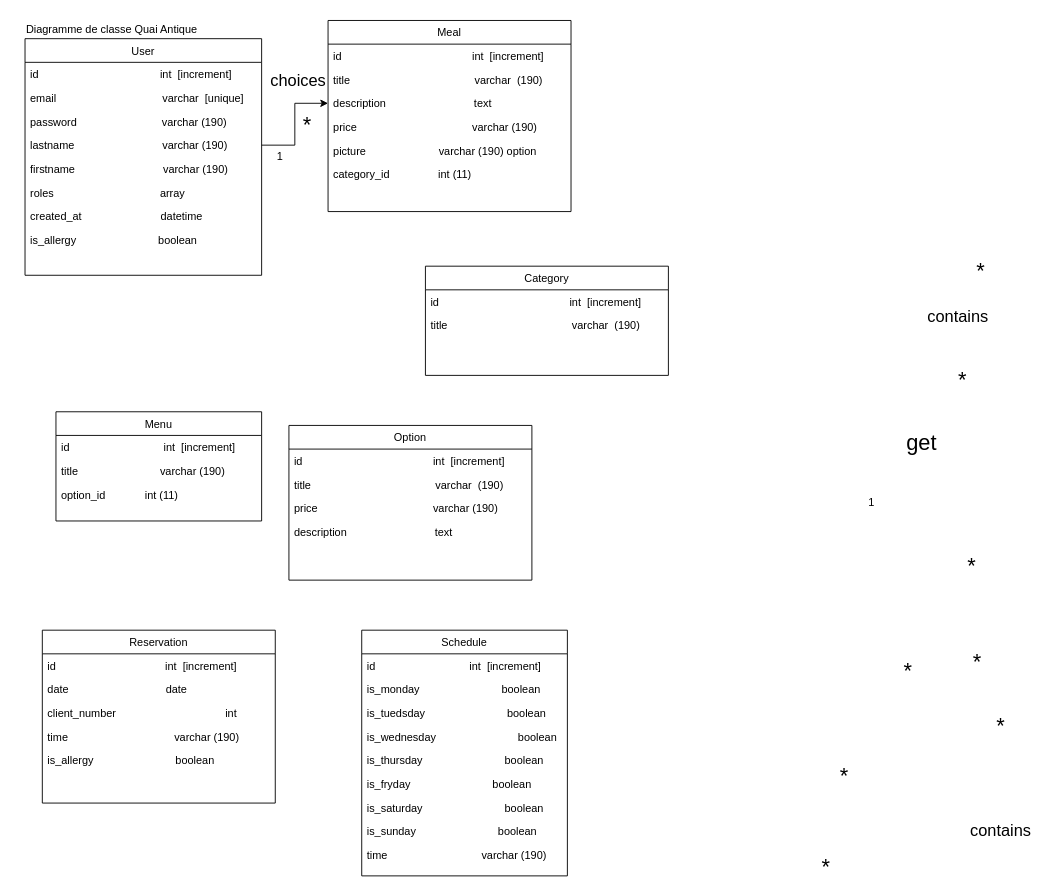
Before: resto/diag_de_classe.drawio in cyrisa02/diagrammes-UML, a draw.io diagram. Source tidied: cells renumbered, new cells numbered last; positions are measured from the earlier drawing's top-left corner, leaving out a move shared by most shapes. Both pictures are drawn from the tidied source at 91%, with x=0, y=0 at pixel (15, 15).
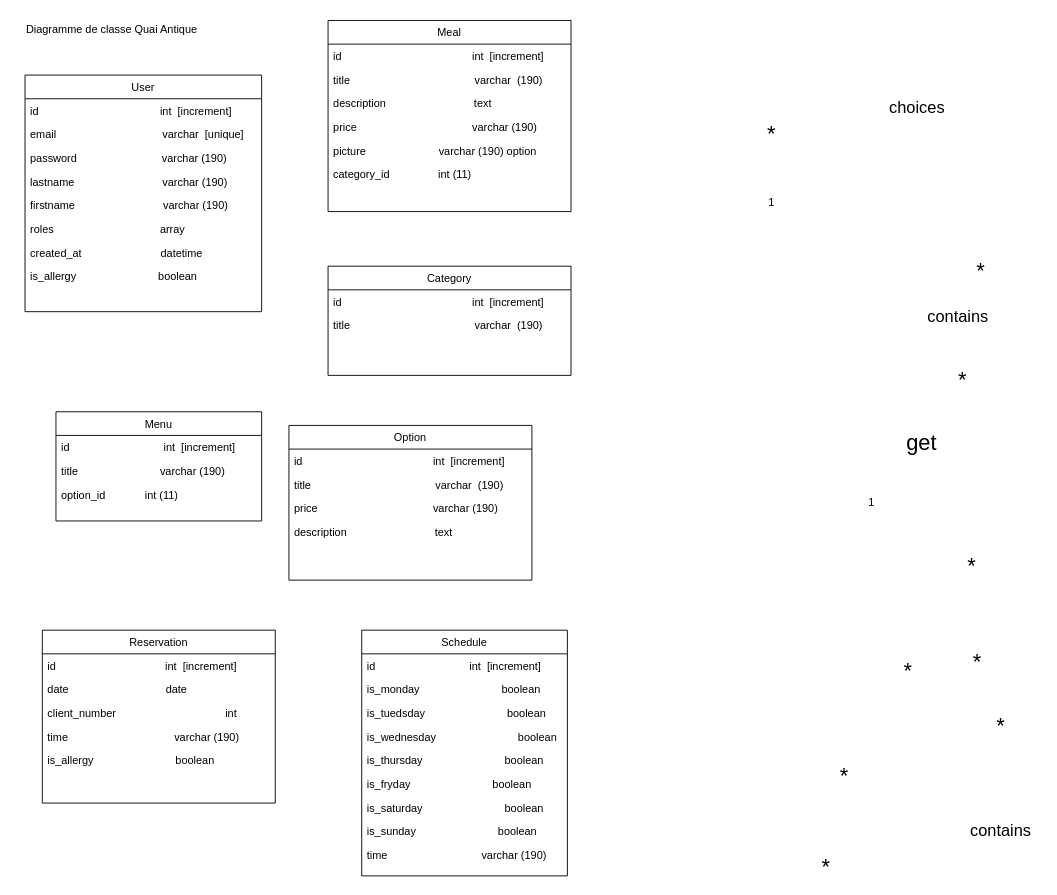
The same page after the edit.

Commit message (it also covers changes not shown here):
Mettre à jour diag_de_classe.drawio

The change refers to these unchanged cells:
```xml
<mxCell id="6" value="lastname                             varchar (190)" style="text;align=left;verticalAlign=top;spacingLeft=4;spacingRight=4;overflow=hidden;points=[[0,0.5],[1,0.5]];portConstraint=eastwest;" parent="2" vertex="1">
  <mxGeometry y="104" width="260" height="26" as="geometry" />
</mxCell>
<mxCell id="14" value="description                             text" style="text;align=left;verticalAlign=top;spacingLeft=4;spacingRight=4;overflow=hidden;points=[[0,0.5],[1,0.5]];portConstraint=eastwest;" parent="11" vertex="1">
  <mxGeometry y="78" width="267" height="26" as="geometry" />
</mxCell>
```

What changed in the source:
```diff
@@
     <mxCell id="2" value="User" style="swimlane;fontStyle=0;align=center;verticalAlign=top;horizontal=1;startSize=26;rounded=0;shadow=0;strokeWidth=1;" parent="1" vertex="1">
-      <mxGeometry x="10" y="25" width="260" height="260" as="geometry" />
+      <mxGeometry x="10" y="65" width="260" height="260" as="geometry" />
     </mxCell>
@@
-    <mxCell id="22" style="edgeStyle=orthogonalEdgeStyle;rounded=0;jettySize=auto;html=1;exitX=1;exitY=0.5;exitDx=0;exitDy=0;entryX=0;entryY=0.5;entryDx=0;entryDy=0;" parent="1" edge="1" source="6" target="14">
-      <mxGeometry relative="1" as="geometry" />
-    </mxCell>
@@
     <mxCell id="33" value="*" style="text;html=1;align=center;verticalAlign=middle;fillColor=none;strokeColor=none;rounded=0;fontSize=24;" parent="1" vertex="1">
-      <mxGeometry x="310" y="105" width="20" height="30" as="geometry" />
+      <mxGeometry x="820" y="115" width="20" height="30" as="geometry" />
     </mxCell>
     <mxCell id="34" value="1" style="text;html=1;align=center;verticalAlign=middle;fillColor=none;strokeColor=none;rounded=0;" parent="1" vertex="1">
-      <mxGeometry x="280" y="145" width="20" height="20" as="geometry" />
+      <mxGeometry x="820" y="195" width="20" height="20" as="geometry" />
     </mxCell>
@@
     <mxCell id="52" value="&lt;font style=&quot;font-size: 18px;&quot;&gt;choices&lt;/font&gt;" style="text;html=1;align=center;verticalAlign=middle;fillColor=none;strokeColor=none;rounded=0;fontSize=48;" parent="1" vertex="1">
-      <mxGeometry x="270" y="25" width="80" height="70" as="geometry" />
+      <mxGeometry x="950" y="55" width="80" height="70" as="geometry" />
     </mxCell>
@@
     <mxCell id="55" value="Category" style="swimlane;fontStyle=0;align=center;verticalAlign=top;horizontal=1;startSize=26;rounded=0;shadow=0;strokeWidth=1;" parent="1" vertex="1">
-      <mxGeometry x="450" y="275" width="267" height="120" as="geometry" />
+      <mxGeometry x="343" y="275" width="267" height="120" as="geometry" />
     </mxCell>
```
